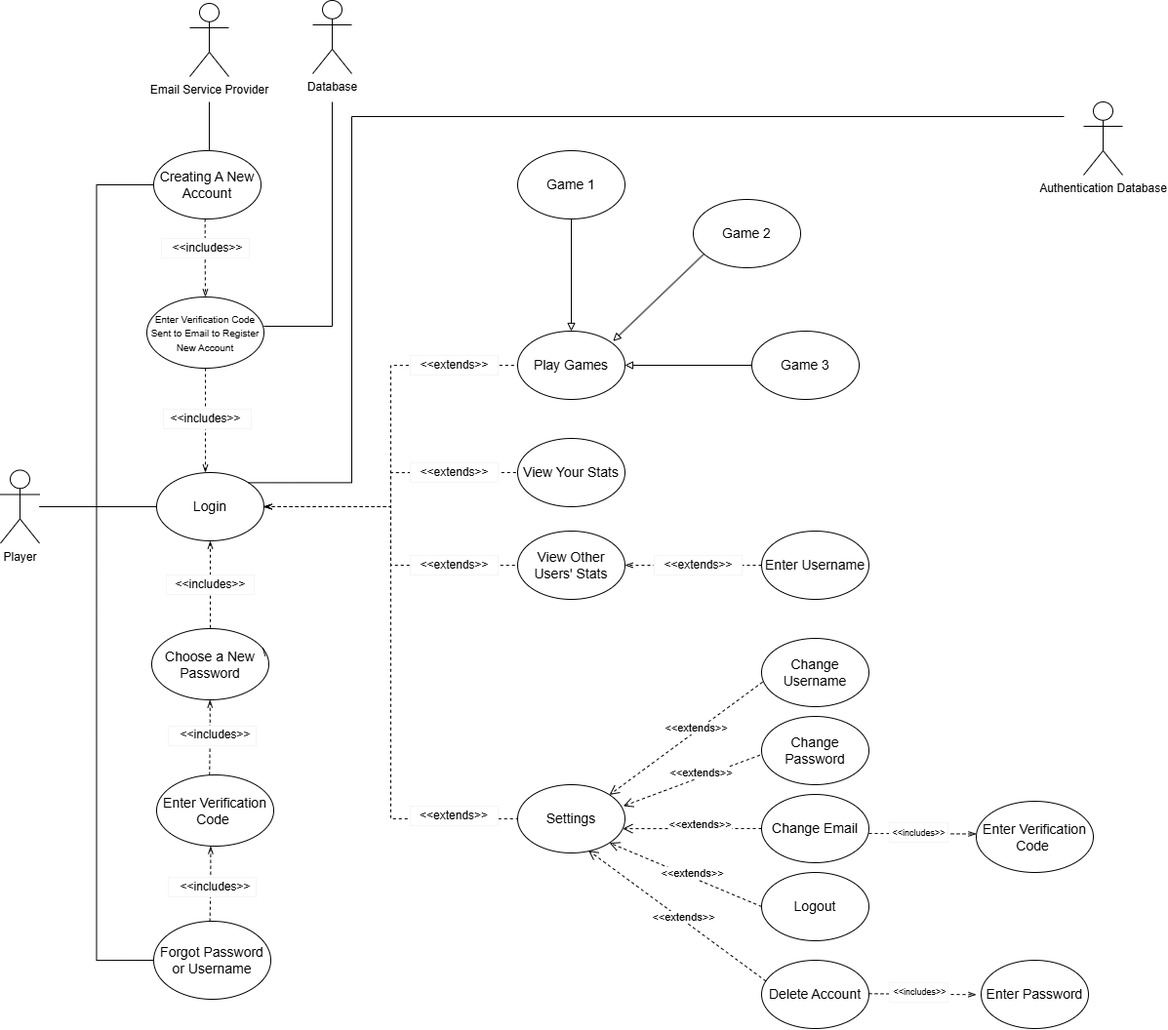
Earlier version of the draw.io export use_case_diagram.drawio.png (farshadislam/Socketed-Multigame-GUI). Source tidied: cells renumbered, new cells last; positions are measured from the earlier drawing's top-left corner, leaving out a move shared by most shapes.
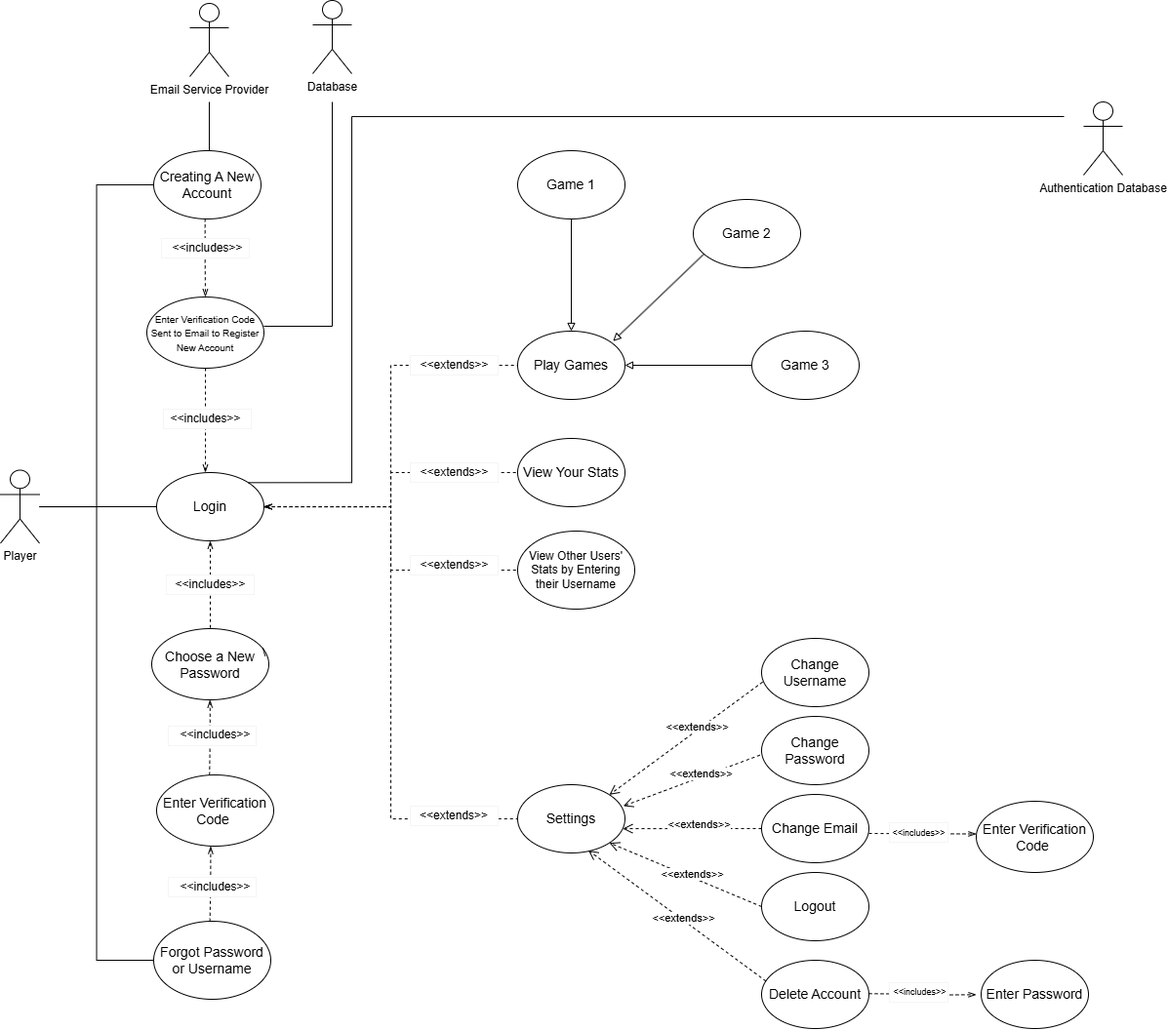
The same file after the commit.

Commit message:
Deleted the use case for entering username to view other players' stats and merged them into one

The edit, as a diff of the source:
```diff
@@ -55,8 +55,8 @@
     <mxCell id="17" value="&lt;span style=&quot;font-size: 14px;&quot;&gt;View Your Stats&lt;/span&gt;" style="ellipse;whiteSpace=wrap;html=1;" parent="1" vertex="1">
       <mxGeometry x="530" y="449" width="110" height="70" as="geometry" />
     </mxCell>
-    <mxCell id="18" value="&lt;span style=&quot;font-size: 14px;&quot;&gt;View Other Users' Stats&lt;/span&gt;" style="ellipse;whiteSpace=wrap;html=1;" parent="1" vertex="1">
-      <mxGeometry x="530" y="544" width="110" height="70" as="geometry" />
+    <mxCell id="18" value="&lt;font&gt;View Other Users' Stats by Entering their Username&lt;/font&gt;" style="ellipse;whiteSpace=wrap;html=1;" parent="1" vertex="1">
+      <mxGeometry x="530" y="544" width="120" height="80" as="geometry" />
     </mxCell>
     <mxCell id="19" value="&lt;span style=&quot;font-size: 14px;&quot;&gt;Settings&lt;/span&gt;" style="ellipse;whiteSpace=wrap;html=1;" parent="1" vertex="1">
       <mxGeometry x="530" y="804" width="110" height="70" as="geometry" />
@@ -114,20 +114,6 @@
     <mxCell id="34" value="&lt;span style=&quot;font-size: 14px;&quot;&gt;Change Username&lt;/span&gt;" style="ellipse;whiteSpace=wrap;html=1;" parent="1" vertex="1">
       <mxGeometry x="780" y="654" width="110" height="70" as="geometry" />
     </mxCell>
-    <mxCell id="35" style="edgeStyle=orthogonalEdgeStyle;rounded=0;jettySize=auto;html=1;entryX=1;entryY=0.5;entryDx=0;entryDy=0;dashed=1;endArrow=openThin;startFill=0;startArrow=none;endFill=0;exitX=0;exitY=0.5;exitDx=0;exitDy=0;" parent="1" edge="1" source="38">
-      <mxGeometry relative="1" as="geometry">
-        <mxPoint x="640" y="579" as="targetPoint" />
-      </mxGeometry>
-    </mxCell>
-    <mxCell id="36" style="rounded=0;whiteSpace=wrap;html=1;shadow=0;fillColor=light-dark(#FFFFFF,var(--ge-dark-color, #121212));strokeColor=light-dark(#F5F5F5,#FFFFFF);" parent="1" vertex="1">
-      <mxGeometry x="670" y="569" width="90" height="20" as="geometry" />
-    </mxCell>
-    <mxCell id="37" value="&amp;lt;&amp;lt;extends&amp;gt;&amp;gt;" style="text;html=1;align=center;verticalAlign=middle;strokeColor=none;fillColor=none;" parent="1" vertex="1">
-      <mxGeometry x="670" y="564" width="90" height="30" as="geometry" />
-    </mxCell>
-    <mxCell id="38" value="&lt;span style=&quot;font-size: 14px;&quot;&gt;Enter Username&lt;/span&gt;" style="ellipse;whiteSpace=wrap;html=1;" parent="1" vertex="1">
-      <mxGeometry x="780" y="544" width="110" height="70" as="geometry" />
-    </mxCell>
     <mxCell id="39" value="&amp;lt;&amp;lt;extends&amp;gt;&amp;gt;" style="html=1;verticalAlign=bottom;endArrow=open;dashed=1;endSize=8;curved=0;rounded=0;exitX=0.01;exitY=0.639;exitDx=0;exitDy=0;entryX=1;entryY=0;entryDx=0;entryDy=0;exitPerimeter=0;" parent="1" edge="1" source="34" target="19">
       <mxGeometry x="-0.11" y="5" relative="1" as="geometry" />
     </mxCell>
```
